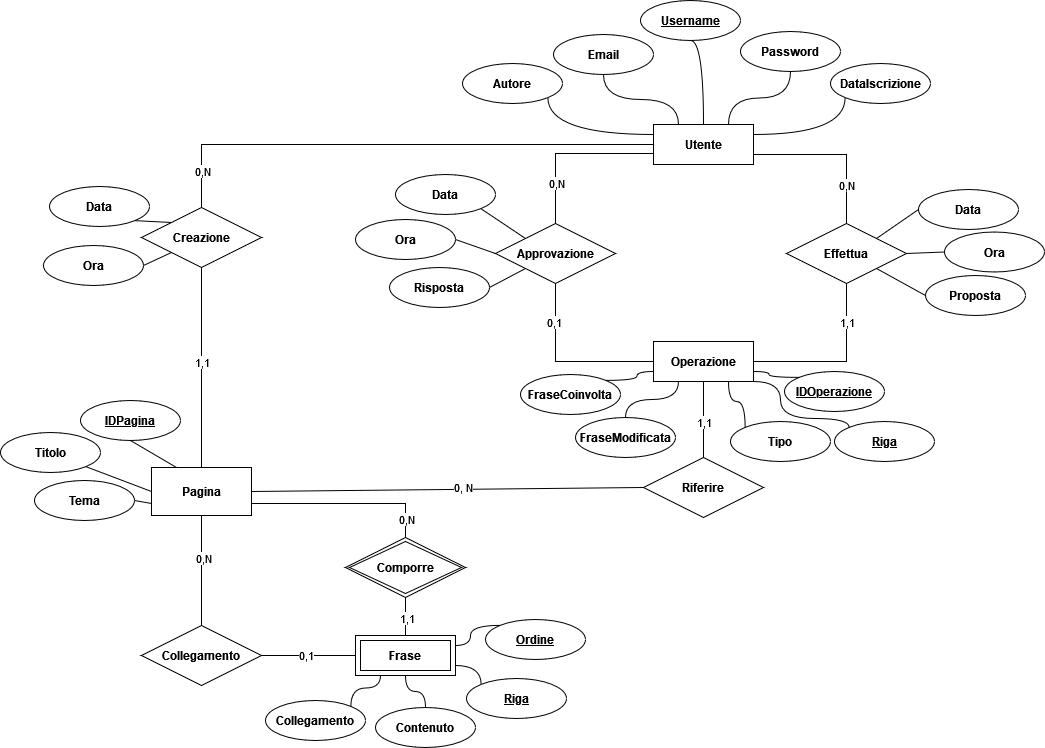
tosska/progetto_oobd keeps this draw.io diagram as Basi di dati/Documentazione/er_ristr.png. Above is the earlier version. Source tidied: cells renumbered, new cells last; positions are measured from the earlier drawing's top-left corner, leaving out a move shared by most shapes.
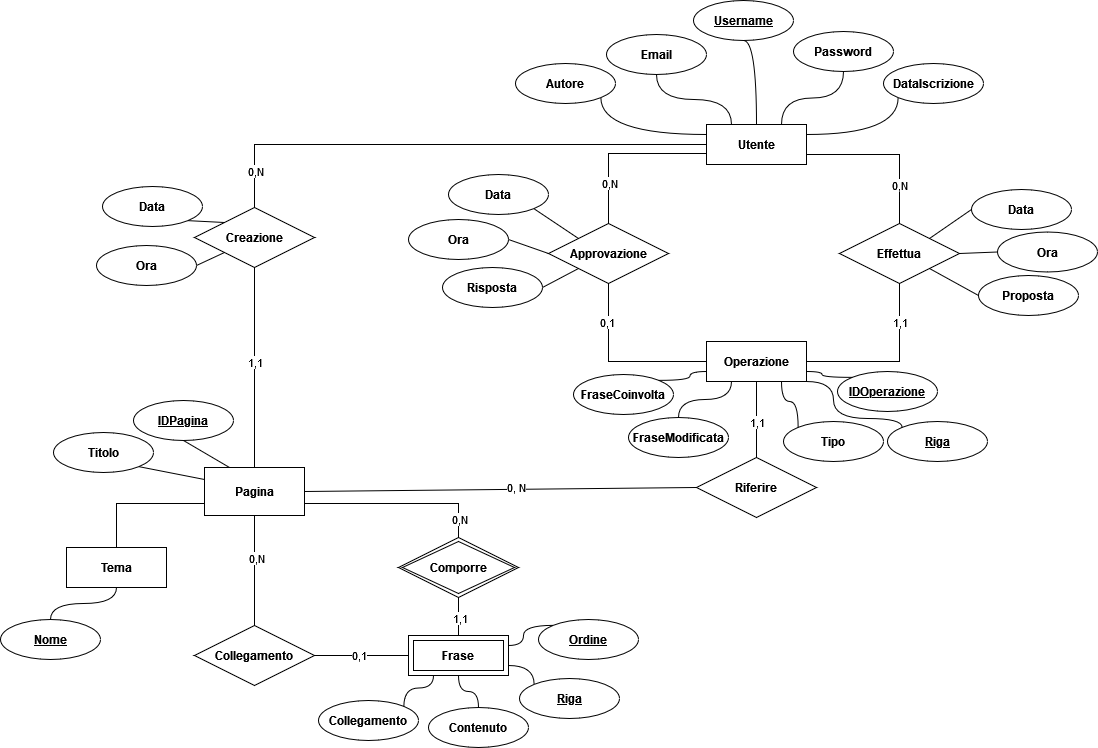
After the commit.

What changed in the source:
```diff
@@ -181,13 +181,7 @@
     <mxCell id="52" value="&lt;font&gt;&lt;u&gt;&lt;b&gt;IDPagina&lt;/b&gt;&lt;/u&gt;&lt;/font&gt;" style="ellipse;whiteSpace=wrap;html=1;align=center;strokeColor=#000000;fillColor=#FFFFFF;fontColor=#000000;" parent="1" vertex="1">
       <mxGeometry x="80" y="400" width="100" height="40" as="geometry" />
     </mxCell>
-    <mxCell id="53" value="&lt;font&gt;&lt;b&gt;Tema&lt;/b&gt;&lt;/font&gt;" style="ellipse;whiteSpace=wrap;html=1;align=center;strokeColor=#000000;fillColor=#FFFFFF;fontColor=#000000;" parent="1" vertex="1">
-      <mxGeometry x="34" y="480" width="100" height="40" as="geometry" />
-    </mxCell>
-    <mxCell id="54" style="endArrow=none;html=1;rounded=0;entryX=1;entryY=0.5;entryDx=0;entryDy=0;exitX=0;exitY=0.75;exitDx=0;exitDy=0;strokeColor=#000000;fontColor=#000000;" parent="1" edge="1" source="36" target="53">
-      <mxGeometry relative="1" as="geometry" />
-    </mxCell>
-    <mxCell id="55" style="endArrow=none;html=1;rounded=0;entryX=1;entryY=1;entryDx=0;entryDy=0;exitX=0;exitY=0.5;exitDx=0;exitDy=0;strokeColor=#000000;fontColor=#000000;" parent="1" edge="1" source="36" target="51">
+    <mxCell id="55" style="endArrow=none;html=1;rounded=0;entryX=1;entryY=1;entryDx=0;entryDy=0;exitX=0;exitY=0.25;exitDx=0;exitDy=0;strokeColor=#000000;fontColor=#000000;" parent="1" edge="1" source="36" target="51">
       <mxGeometry relative="1" as="geometry" />
     </mxCell>
     <mxCell id="56" style="endArrow=none;html=1;rounded=0;entryX=0.5;entryY=1;entryDx=0;entryDy=0;exitX=0.25;exitY=0;exitDx=0;exitDy=0;strokeColor=#000000;fontColor=#000000;" parent="1" edge="1" source="36" target="52">
@@ -286,5 +280,17 @@
     <mxCell id="85" style="endArrow=none;html=1;rounded=0;entryX=0.75;entryY=1;entryDx=0;entryDy=0;exitX=0;exitY=0;exitDx=0;exitDy=0;edgeStyle=orthogonalEdgeStyle;curved=1;strokeColor=#000000;fontColor=#000000;" parent="1" edge="1" source="79" target="3">
       <mxGeometry relative="1" as="geometry" />
     </mxCell>
+    <mxCell id="53" value="&lt;b&gt;Tema&lt;/b&gt;" style="whiteSpace=wrap;html=1;align=center;" parent="1" vertex="1">
+      <mxGeometry x="13" y="547" width="100" height="40" as="geometry" />
+    </mxCell>
+    <mxCell id="86" style="endArrow=none;html=1;rounded=0;exitX=0.5;exitY=0;exitDx=0;exitDy=0;entryX=0;entryY=0.75;entryDx=0;entryDy=0;edgeStyle=orthogonalEdgeStyle;" parent="1" edge="1" source="53" target="36">
+      <mxGeometry relative="1" as="geometry" />
+    </mxCell>
+    <mxCell id="87" style="endArrow=none;html=1;rounded=0;exitX=0.5;exitY=1;exitDx=0;exitDy=0;entryX=0.5;entryY=0;entryDx=0;entryDy=0;edgeStyle=orthogonalEdgeStyle;curved=1;" parent="1" edge="1" source="53" target="88">
+      <mxGeometry relative="1" as="geometry" />
+    </mxCell>
+    <mxCell id="88" value="&lt;b&gt;&lt;u&gt;Nome&lt;/u&gt;&lt;/b&gt;" style="ellipse;whiteSpace=wrap;html=1;align=center;" parent="1" vertex="1">
+      <mxGeometry x="-53" y="619" width="100" height="40" as="geometry" />
+    </mxCell>
   </root>
 </mxGraphModel>
```
